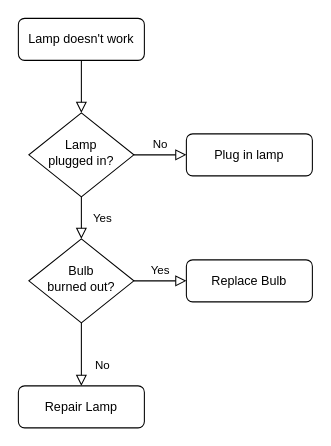
The draw.io diagram Untitled Diagram.drawio in jpedoukou/Flowcharts, before the edit. Source tidied: cells renumbered, new cells numbered last; positions are measured from the earlier drawing's top-left corner, leaving out a move shared by most shapes. Both pictures are drawn from the tidied source at 105%, with x=0, y=0 at pixel (18, 18).
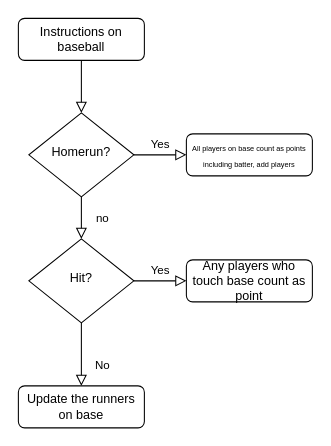
After the change.

Commit message:
baseball instructions

The edit, as a diff of the source:
```diff
@@
 <mxGraphModel>
   <root>
     <mxCell id="0" />
     <mxCell id="1" parent="0" />
     <mxCell id="2" style="rounded=0;html=1;jettySize=auto;fontSize=11;endArrow=block;endFill=0;endSize=8;strokeWidth=1;shadow=0;labelBackgroundColor=none;edgeStyle=orthogonalEdgeStyle;" parent="1" edge="1" source="3" target="6">
       <mxGeometry relative="1" as="geometry" />
     </mxCell>
-    <mxCell id="3" value="Lamp doesn't work" style="rounded=1;whiteSpace=wrap;html=1;fontSize=12;glass=0;strokeWidth=1;shadow=0;" parent="1" vertex="1">
+    <mxCell id="3" value="Instructions on baseball" style="rounded=1;whiteSpace=wrap;html=1;fontSize=12;glass=0;strokeWidth=1;shadow=0;" parent="1" vertex="1">
       <mxGeometry width="120" height="40" as="geometry" />
     </mxCell>
-    <mxCell id="4" value="Yes" style="rounded=0;html=1;jettySize=auto;fontSize=11;endArrow=block;endFill=0;endSize=8;strokeWidth=1;shadow=0;labelBackgroundColor=none;edgeStyle=orthogonalEdgeStyle;" parent="1" edge="1" source="6" target="10">
+    <mxCell id="4" value="no" style="rounded=0;html=1;jettySize=auto;fontSize=11;endArrow=block;endFill=0;endSize=8;strokeWidth=1;shadow=0;labelBackgroundColor=none;edgeStyle=orthogonalEdgeStyle;" parent="1" edge="1" source="6" target="10">
       <mxGeometry y="20" relative="1" as="geometry" />
     </mxCell>
-    <mxCell id="5" value="No" style="edgeStyle=orthogonalEdgeStyle;rounded=0;html=1;jettySize=auto;fontSize=11;endArrow=block;endFill=0;endSize=8;strokeWidth=1;shadow=0;labelBackgroundColor=none;" parent="1" edge="1" source="6" target="7">
+    <mxCell id="5" value="Yes" style="edgeStyle=orthogonalEdgeStyle;rounded=0;html=1;jettySize=auto;fontSize=11;endArrow=block;endFill=0;endSize=8;strokeWidth=1;shadow=0;labelBackgroundColor=none;" parent="1" edge="1" source="6" target="7">
       <mxGeometry y="10" relative="1" as="geometry" />
     </mxCell>
-    <mxCell id="6" value="Lamp&lt;br&gt;plugged in?" style="rhombus;whiteSpace=wrap;html=1;shadow=0;fontFamily=Helvetica;fontSize=12;align=center;strokeWidth=1;spacing=6;spacingTop=-4;" parent="1" vertex="1">
+    <mxCell id="6" value="Homerun?" style="rhombus;whiteSpace=wrap;html=1;shadow=0;fontFamily=Helvetica;fontSize=12;align=center;strokeWidth=1;spacing=6;spacingTop=-4;" parent="1" vertex="1">
       <mxGeometry x="10" y="90" width="100" height="80" as="geometry" />
     </mxCell>
-    <mxCell id="7" value="Plug in lamp" style="rounded=1;whiteSpace=wrap;html=1;fontSize=12;glass=0;strokeWidth=1;shadow=0;" parent="1" vertex="1">
+    <mxCell id="7" value="&lt;font style=&quot;font-size: 7px;&quot;&gt;All players on base count as points including batter, add players&lt;/font&gt;" style="rounded=1;whiteSpace=wrap;html=1;fontSize=12;glass=0;strokeWidth=1;shadow=0;" parent="1" vertex="1">
       <mxGeometry x="160" y="110" width="120" height="40" as="geometry" />
     </mxCell>
     <mxCell id="8" value="No" style="rounded=0;html=1;jettySize=auto;fontSize=11;endArrow=block;endFill=0;endSize=8;strokeWidth=1;shadow=0;labelBackgroundColor=none;edgeStyle=orthogonalEdgeStyle;" parent="1" edge="1" source="10" target="11">
       <mxGeometry x="0.33" y="20" relative="1" as="geometry" />
     </mxCell>
     <mxCell id="9" value="Yes" style="edgeStyle=orthogonalEdgeStyle;rounded=0;html=1;jettySize=auto;fontSize=11;endArrow=block;endFill=0;endSize=8;strokeWidth=1;shadow=0;labelBackgroundColor=none;" parent="1" edge="1" source="10" target="12">
       <mxGeometry y="10" relative="1" as="geometry" />
     </mxCell>
-    <mxCell id="10" value="Bulb&lt;br&gt;burned out?" style="rhombus;whiteSpace=wrap;html=1;shadow=0;fontFamily=Helvetica;fontSize=12;align=center;strokeWidth=1;spacing=6;spacingTop=-4;" parent="1" vertex="1">
+    <mxCell id="10" value="Hit?" style="rhombus;whiteSpace=wrap;html=1;shadow=0;fontFamily=Helvetica;fontSize=12;align=center;strokeWidth=1;spacing=6;spacingTop=-4;" parent="1" vertex="1">
       <mxGeometry x="10" y="210" width="100" height="80" as="geometry" />
     </mxCell>
-    <mxCell id="11" value="Repair Lamp" style="rounded=1;whiteSpace=wrap;html=1;fontSize=12;glass=0;strokeWidth=1;shadow=0;" parent="1" vertex="1">
+    <mxCell id="11" value="Update the runners on base" style="rounded=1;whiteSpace=wrap;html=1;fontSize=12;glass=0;strokeWidth=1;shadow=0;" parent="1" vertex="1">
       <mxGeometry y="350" width="120" height="40" as="geometry" />
     </mxCell>
-    <mxCell id="12" value="Replace Bulb" style="rounded=1;whiteSpace=wrap;html=1;fontSize=12;glass=0;strokeWidth=1;shadow=0;" parent="1" vertex="1">
+    <mxCell id="12" value="Any players who touch base count as point" style="rounded=1;whiteSpace=wrap;html=1;fontSize=12;glass=0;strokeWidth=1;shadow=0;" parent="1" vertex="1">
       <mxGeometry x="160" y="230" width="120" height="40" as="geometry" />
     </mxCell>
   </root>
 </mxGraphModel>
```
